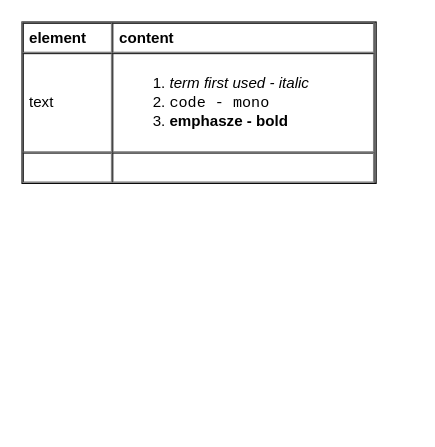
yangdj/tf_docs keeps this draw.io diagram as page "styling" (2 of 7) of ux/ux.drawio. Above is the earlier version. Source tidied: cells renumbered, new cells numbered last; positions are measured from the earlier drawing's top-left corner, leaving out a move shared by most shapes. Both pictures are drawn from the tidied source at 126%, with x=0, y=0 at pixel (21, 21).
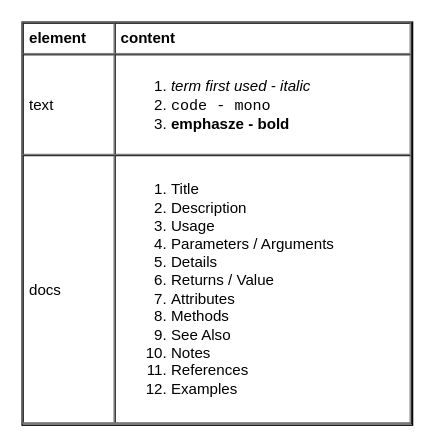
The same page after the edit.

Diff of the diagram source:
```diff
@@
 <mxGraphModel>
   <root>
     <mxCell id="0" />
     <mxCell id="1" parent="0" />
-    <mxCell id="2" value="&lt;table cellpadding=&quot;4&quot; cellspacing=&quot;0&quot; border=&quot;1&quot; style=&quot;font-size: 1em ; width: 100% ; height: 100%&quot;&gt;&lt;tbody&gt;&lt;tr&gt;&lt;th&gt;element&lt;/th&gt;&lt;th&gt;content&lt;/th&gt;&lt;/tr&gt;&lt;tr&gt;&lt;td&gt;text&lt;/td&gt;&lt;td&gt;&lt;ol&gt;&lt;li&gt;&lt;i&gt;term first used - italic&lt;/i&gt;&lt;/li&gt;&lt;li&gt;&lt;font face=&quot;Courier New&quot;&gt;code - mono&lt;/font&gt;&lt;/li&gt;&lt;li&gt;&lt;b&gt;emphasze - bold&lt;/b&gt;&lt;/li&gt;&lt;/ol&gt;&lt;/td&gt;&lt;/tr&gt;&lt;tr&gt;&lt;td&gt;&lt;/td&gt;&lt;td&gt;&lt;br&gt;&lt;/td&gt;&lt;/tr&gt;&lt;/tbody&gt;&lt;/table&gt; " style="verticalAlign=top;align=left;overflow=fill;fontSize=12;fontFamily=Helvetica;html=1;fillColor=#ffffff;" parent="1" vertex="1">
-      <mxGeometry width="281" height="128" as="geometry" />
+    <mxCell id="2" value="&lt;table cellpadding=&quot;4&quot; cellspacing=&quot;0&quot; border=&quot;1&quot; style=&quot;font-size: 1em ; width: 100% ; height: 100%&quot;&gt;&lt;tbody&gt;&lt;tr&gt;&lt;th&gt;element&lt;/th&gt;&lt;th&gt;content&lt;/th&gt;&lt;/tr&gt;&lt;tr&gt;&lt;td&gt;text&lt;/td&gt;&lt;td&gt;&lt;ol&gt;&lt;li&gt;&lt;i&gt;term first used - italic&lt;/i&gt;&lt;/li&gt;&lt;li&gt;&lt;font face=&quot;Courier New&quot;&gt;code - mono&lt;/font&gt;&lt;/li&gt;&lt;li&gt;&lt;b&gt;emphasze - bold&lt;/b&gt;&lt;/li&gt;&lt;/ol&gt;&lt;/td&gt;&lt;/tr&gt;&lt;tr&gt;&lt;td&gt;docs&lt;/td&gt;&lt;td&gt;&lt;ol&gt;&lt;li&gt;Title&lt;/li&gt;&lt;li&gt;Description&lt;/li&gt;&lt;li&gt;Usage&lt;/li&gt;&lt;li&gt;Parameters / Arguments&lt;/li&gt;&lt;li&gt;Details&lt;/li&gt;&lt;li&gt;Returns / Value&lt;/li&gt;&lt;li&gt;Attributes&lt;/li&gt;&lt;li&gt;Methods&lt;/li&gt;&lt;li&gt;See Also&lt;/li&gt;&lt;li&gt;Notes&lt;/li&gt;&lt;li&gt;References&lt;/li&gt;&lt;li&gt;Examples&lt;/li&gt;&lt;/ol&gt;&lt;/td&gt;&lt;/tr&gt;&lt;/tbody&gt;&lt;/table&gt; " style="verticalAlign=top;align=left;overflow=fill;fontSize=12;fontFamily=Helvetica;html=1;fillColor=#ffffff;" parent="1" vertex="1">
+      <mxGeometry width="310" height="320" as="geometry" />
     </mxCell>
   </root>
 </mxGraphModel>
```
